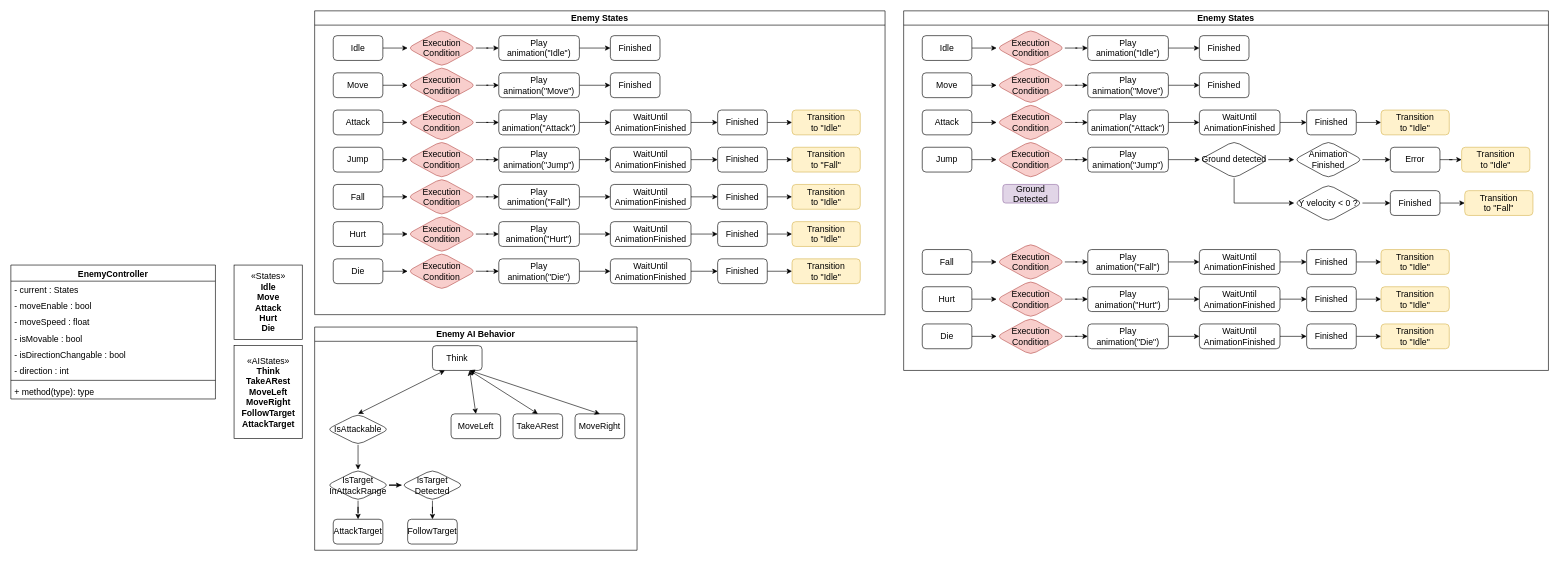
The draw.io diagram Platformer2D/Platformer2DConcept.drawio in koseyun/UnityEngineBasic_Nowon_1800_2000, before the edit. Source tidied: cells renumbered, new cells numbered last; positions are measured from the earlier drawing's top-left corner, leaving out a move shared by most shapes. Both pictures are drawn from the tidied source at 62%, with x=0, y=0 at pixel (11, 11).
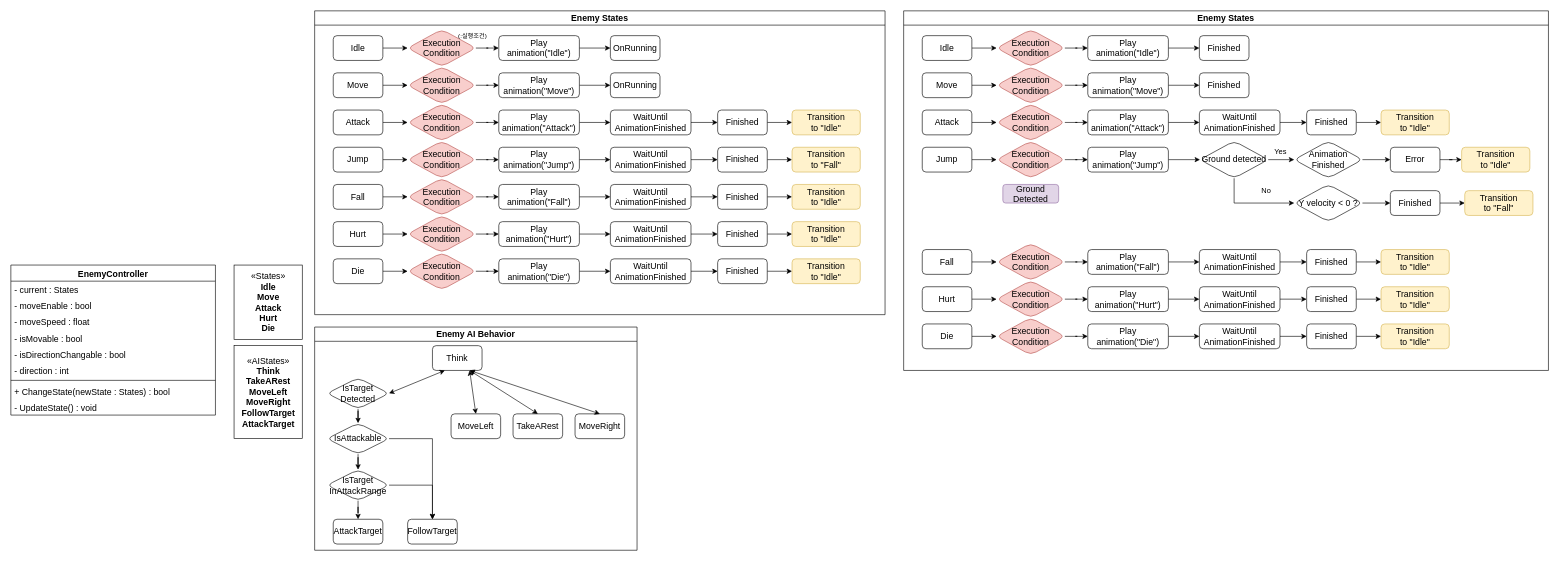
After the change.

Unchanged cells that the change refers to:
```xml
<mxCell id="13" value="Think" style="rounded=1;whiteSpace=wrap;html=1;fontSize=14;" parent="1" vertex="1">
  <mxGeometry x="680" y="540" width="80" height="40" as="geometry" />
</mxCell>
<mxCell id="20" value="FollowTarget" style="rounded=1;whiteSpace=wrap;html=1;fontSize=14;" parent="1" vertex="1">
  <mxGeometry x="640" y="820" width="80" height="40" as="geometry" />
</mxCell>
<mxCell id="28" value="IsTarget&lt;br&gt;InAttackRange" style="rhombus;whiteSpace=wrap;html=1;fontSize=14;rounded=1;" parent="1" vertex="1">
  <mxGeometry x="510" y="740" width="100" height="50" as="geometry" />
</mxCell>
<mxCell id="30" value="Enemy AI Behavior" style="swimlane;whiteSpace=wrap;html=1;fontSize=14;" parent="1" vertex="1">
  <mxGeometry x="490" y="510" width="520" height="360" as="geometry" />
</mxCell>
<mxCell id="31" value="Enemy States" style="swimlane;whiteSpace=wrap;html=1;fontSize=14;" parent="1" vertex="1">
  <mxGeometry x="490" width="920" height="490" as="geometry" />
</mxCell>
<mxCell id="101" value="Enemy States" style="swimlane;whiteSpace=wrap;html=1;fontSize=14;" parent="1" vertex="1">
  <mxGeometry x="1440" width="1040" height="580" as="geometry" />
</mxCell>
```

The edit, as a diff of the source:
```diff
@@
     <mxCell id="2" value="EnemyController" style="swimlane;fontStyle=1;align=center;verticalAlign=top;horizontal=1;startSize=26;fontSize=14;" parent="1" vertex="1">
-      <mxGeometry y="410" width="330" height="216" as="geometry" />
+      <mxGeometry y="410" width="330" height="242" as="geometry" />
     </mxCell>
@@
+    <mxCell id="180" value="+ ChangeState(newState : States) : bool" style="text;strokeColor=none;fillColor=none;align=left;verticalAlign=top;spacingLeft=4;spacingRight=4;overflow=hidden;fontSize=14;" parent="2" vertex="1">
+      <mxGeometry y="190" width="330" height="26" as="geometry" />
+    </mxCell>
-    <mxCell id="10" value="+ method(type): type" style="text;strokeColor=none;fillColor=none;align=left;verticalAlign=top;spacingLeft=4;spacingRight=4;overflow=hidden;fontSize=14;" parent="2" vertex="1">
-      <mxGeometry y="190" width="330" height="26" as="geometry" />
+    <mxCell id="10" value="- UpdateState() : void" style="text;strokeColor=none;fillColor=none;align=left;verticalAlign=top;spacingLeft=4;spacingRight=4;overflow=hidden;fontSize=14;" parent="2" vertex="1">
+      <mxGeometry y="216" width="330" height="26" as="geometry" />
     </mxCell>
@@
-    <mxCell id="21" style="edgeStyle=orthogonalEdgeStyle;rounded=0;jettySize=auto;html=1;fontSize=14;startArrow=none;startFill=0;" parent="1" edge="1" source="22" target="20">
-      <mxGeometry relative="1" as="geometry" />
-    </mxCell>
-    <mxCell id="22" value="IsTarget&lt;br&gt;Detected" style="rhombus;whiteSpace=wrap;html=1;fontSize=14;rounded=1;" parent="1" vertex="1">
-      <mxGeometry x="630" y="740" width="100" height="50" as="geometry" />
-    </mxCell>
@@
-    <mxCell id="24" value="IsAttackable" style="rhombus;whiteSpace=wrap;html=1;fontSize=14;rounded=1;" parent="1" vertex="1">
-      <mxGeometry x="510" y="650" width="100" height="50" as="geometry" />
-    </mxCell>
-    <mxCell id="25" style="endArrow=classic;html=1;rounded=0;fontSize=14;exitX=0.25;exitY=1;exitDx=0;exitDy=0;entryX=0.5;entryY=0;entryDx=0;entryDy=0;startArrow=classic;startFill=1;" parent="1" edge="1" source="13" target="24">
+    <mxCell id="25" style="endArrow=classic;html=1;rounded=0;fontSize=14;exitX=0.25;exitY=1;exitDx=0;exitDy=0;entryX=1;entryY=0.5;entryDx=0;entryDy=0;startArrow=classic;startFill=1;" parent="1" edge="1" source="13" target="22">
       <mxGeometry relative="1" as="geometry" />
     </mxCell>
@@
-    <mxCell id="27" style="edgeStyle=orthogonalEdgeStyle;rounded=0;jettySize=auto;html=1;entryX=0;entryY=0.5;entryDx=0;entryDy=0;fontSize=14;startArrow=none;startFill=0;" parent="1" edge="1" source="28" target="22">
+    <mxCell id="27" style="edgeStyle=orthogonalEdgeStyle;rounded=0;jettySize=auto;html=1;entryX=0.5;entryY=0;entryDx=0;entryDy=0;fontSize=14;startArrow=none;startFill=0;" parent="1" edge="1" source="28" target="20">
       <mxGeometry relative="1" as="geometry" />
     </mxCell>
@@
+    <mxCell id="181" style="edgeStyle=orthogonalEdgeStyle;rounded=0;jettySize=auto;html=1;fontSize=12;" parent="30" edge="1" source="22" target="24">
+      <mxGeometry relative="1" as="geometry" />
+    </mxCell>
+    <mxCell id="22" value="IsTarget&lt;br&gt;Detected" style="rhombus;whiteSpace=wrap;html=1;fontSize=14;rounded=1;" parent="30" vertex="1">
+      <mxGeometry x="20" y="82" width="100" height="50" as="geometry" />
+    </mxCell>
+    <mxCell id="24" value="IsAttackable" style="rhombus;whiteSpace=wrap;html=1;fontSize=14;rounded=1;" parent="30" vertex="1">
+      <mxGeometry x="20" y="155" width="100" height="50" as="geometry" />
+    </mxCell>
@@
-    <mxCell id="36" value="Finished" style="rounded=1;whiteSpace=wrap;html=1;fontSize=14;" parent="31" vertex="1">
+    <mxCell id="36" value="OnRunning" style="rounded=1;whiteSpace=wrap;html=1;fontSize=14;" parent="31" vertex="1">
       <mxGeometry x="477" y="40" width="80" height="40" as="geometry" />
     </mxCell>
@@
-    <mxCell id="41" value="Finished" style="rounded=1;whiteSpace=wrap;html=1;fontSize=14;" parent="31" vertex="1">
+    <mxCell id="41" value="OnRunning" style="rounded=1;whiteSpace=wrap;html=1;fontSize=14;" parent="31" vertex="1">
       <mxGeometry x="477" y="100" width="80" height="40" as="geometry" />
     </mxCell>
@@
+    <mxCell id="182" value="(:실행조건)" style="text;html=1;strokeColor=none;fillColor=none;align=center;verticalAlign=middle;whiteSpace=wrap;rounded=0;fontSize=10;" parent="31" vertex="1">
+      <mxGeometry x="220" y="30" width="70" height="20" as="geometry" />
+    </mxCell>
@@
+    <mxCell id="183" value="No" style="text;html=1;strokeColor=none;fillColor=none;align=center;verticalAlign=middle;whiteSpace=wrap;rounded=0;fontSize=12;" parent="101" vertex="1">
+      <mxGeometry x="550" y="270" width="70" height="40" as="geometry" />
+    </mxCell>
+    <mxCell id="184" value="Yes" style="text;html=1;strokeColor=none;fillColor=none;align=center;verticalAlign=middle;whiteSpace=wrap;rounded=0;fontSize=12;" parent="101" vertex="1">
+      <mxGeometry x="573" y="208" width="70" height="40" as="geometry" />
+    </mxCell>
@@
+    <mxCell id="185" style="edgeStyle=orthogonalEdgeStyle;rounded=0;jettySize=auto;html=1;fontSize=12;entryX=0.5;entryY=0;entryDx=0;entryDy=0;" parent="1" edge="1" source="24" target="20">
+      <mxGeometry relative="1" as="geometry" />
+    </mxCell>
```
